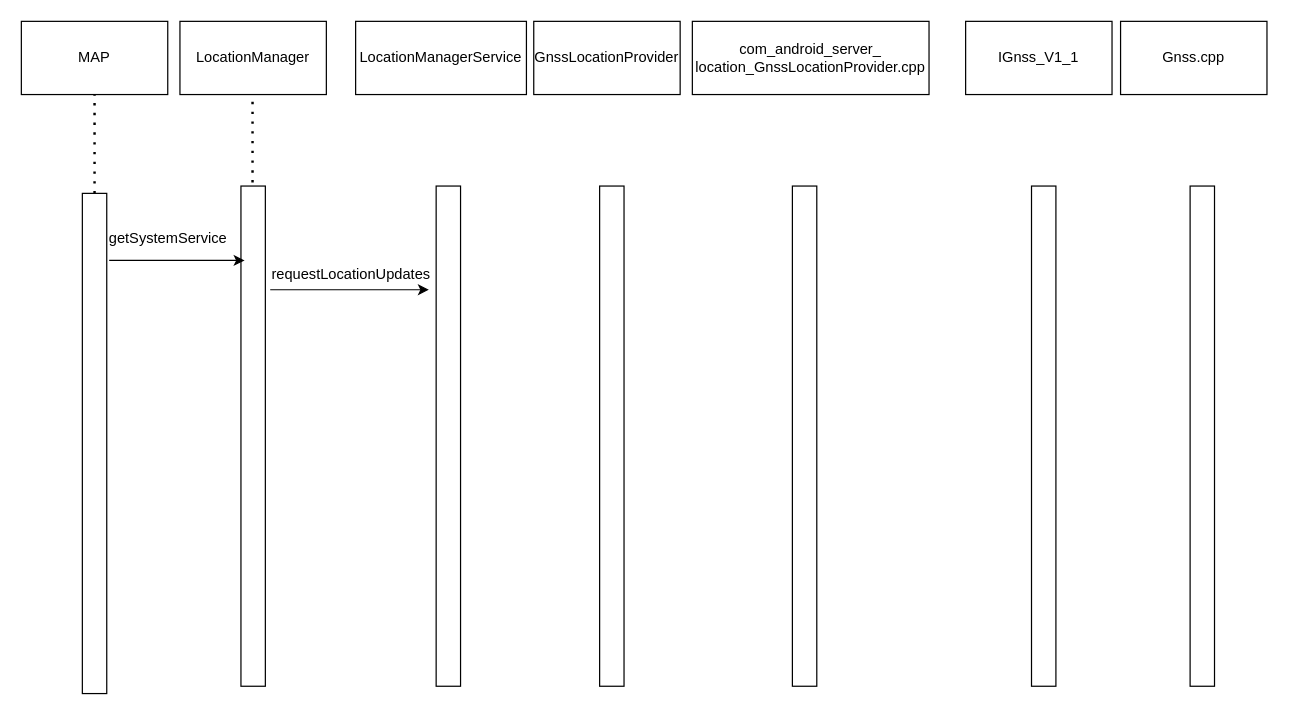
Before: gps启动流程.drawio in helenzhang2010/doc, a draw.io diagram. Source tidied: cells renumbered, new cells numbered last; positions are measured from the earlier drawing's top-left corner, leaving out a move shared by most shapes. Both pictures are drawn from the tidied source at 122%, with x=0, y=0 at pixel (21, 21).
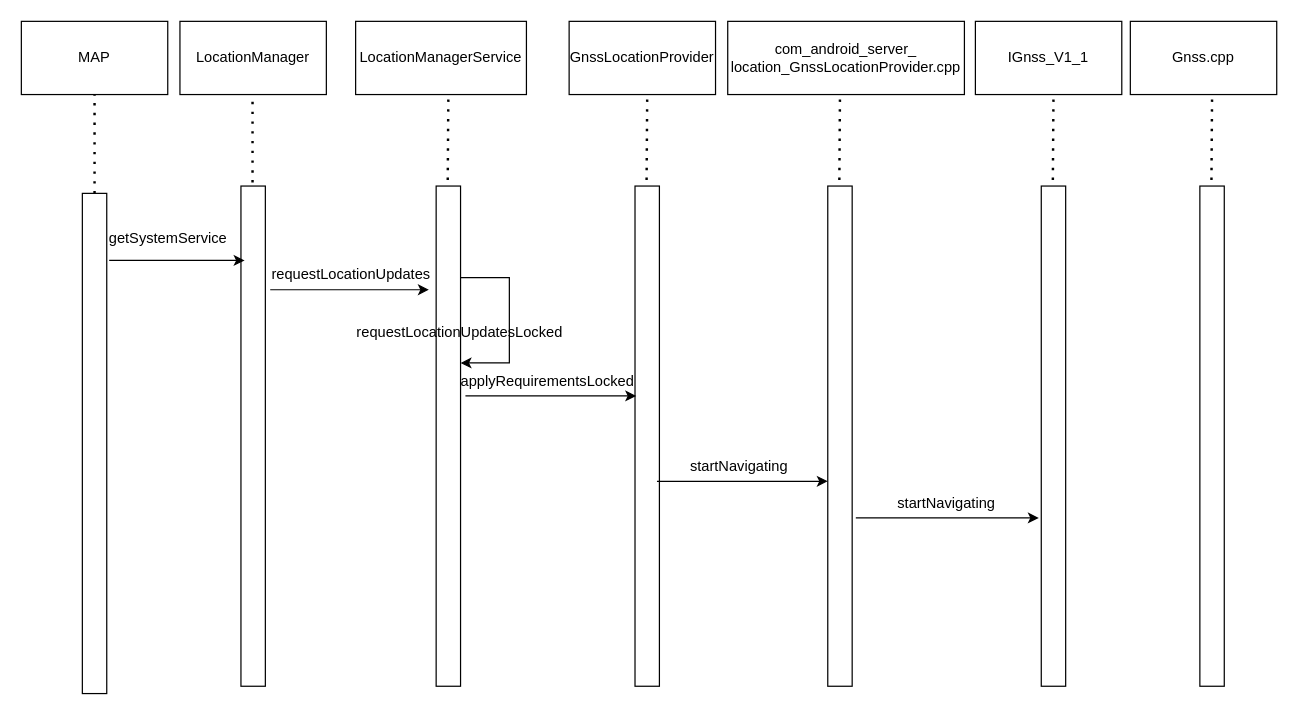
Above is the later version.

Commit message (it also covers changes not shown here):
更新gps启动流程.drawio

Change to the diagram source:
```diff
@@
     <mxCell id="5" value="GnssLocationProvider" style="rounded=0;whiteSpace=wrap;html=1;" parent="1" vertex="1">
-      <mxGeometry x="420" width="120" height="60" as="geometry" />
+      <mxGeometry x="449" width="120" height="60" as="geometry" />
     </mxCell>
     <mxCell id="6" value="&lt;span style=&quot;&quot;&gt;com_android_server_&lt;br&gt;location_GnssLocationProvider.cpp&lt;/span&gt;" style="rounded=0;whiteSpace=wrap;html=1;" parent="1" vertex="1">
-      <mxGeometry x="550" width="194" height="60" as="geometry" />
+      <mxGeometry x="579" width="194" height="60" as="geometry" />
     </mxCell>
     <mxCell id="7" value="IGnss_V1_1" style="rounded=0;whiteSpace=wrap;html=1;" parent="1" vertex="1">
-      <mxGeometry x="774" width="120" height="60" as="geometry" />
+      <mxGeometry x="782" width="120" height="60" as="geometry" />
     </mxCell>
     <mxCell id="8" value="Gnss.cpp" style="rounded=0;whiteSpace=wrap;html=1;" parent="1" vertex="1">
-      <mxGeometry x="901" width="120" height="60" as="geometry" />
+      <mxGeometry x="909" width="120" height="60" as="geometry" />
     </mxCell>
@@
     <mxCell id="16" style="rounded=0;whiteSpace=wrap;html=1;horizontal=0;" parent="1" vertex="1">
-      <mxGeometry x="474" y="135" width="20" height="410" as="geometry" />
+      <mxGeometry x="503" y="135" width="20" height="410" as="geometry" />
     </mxCell>
     <mxCell id="17" style="rounded=0;whiteSpace=wrap;html=1;horizontal=0;" parent="1" vertex="1">
-      <mxGeometry x="632" y="135" width="20" height="410" as="geometry" />
+      <mxGeometry x="661" y="135" width="20" height="410" as="geometry" />
     </mxCell>
     <mxCell id="18" style="rounded=0;whiteSpace=wrap;html=1;horizontal=0;" parent="1" vertex="1">
-      <mxGeometry x="828" y="135" width="20" height="410" as="geometry" />
+      <mxGeometry x="836" y="135" width="20" height="410" as="geometry" />
     </mxCell>
     <mxCell id="19" style="rounded=0;whiteSpace=wrap;html=1;horizontal=0;" parent="1" vertex="1">
-      <mxGeometry x="958" y="135" width="20" height="410" as="geometry" />
+      <mxGeometry x="966" y="135" width="20" height="410" as="geometry" />
     </mxCell>
@@
+    <mxCell id="22" value="requestLocationUpdatesLocked" style="text;html=1;align=center;verticalAlign=middle;fillColor=none;strokeColor=none;rounded=0;" parent="1" vertex="1">
+      <mxGeometry x="264" y="240" width="190" height="30" as="geometry" />
+    </mxCell>
+    <mxCell id="23" style="endArrow=classic;html=1;rounded=0;" parent="1" edge="1">
+      <mxGeometry relative="1" as="geometry">
+        <mxPoint x="360" y="210" as="sourcePoint" />
+        <mxPoint x="360" y="280" as="targetPoint" />
+        <Array as="points">
+          <mxPoint x="400" y="210" />
+          <mxPoint x="400" y="280" />
+        </Array>
+      </mxGeometry>
+    </mxCell>
+    <mxCell id="24" value="applyRequirementsLocked" style="text;html=1;align=center;verticalAlign=middle;fillColor=none;strokeColor=none;rounded=0;" parent="1" vertex="1">
+      <mxGeometry x="346" y="280" width="170" height="30" as="geometry" />
+    </mxCell>
+    <mxCell id="25" style="endArrow=classic;html=1;rounded=0;" parent="1" edge="1">
+      <mxGeometry relative="1" as="geometry">
+        <mxPoint x="364" y="307" as="sourcePoint" />
+        <mxPoint x="504" y="307" as="targetPoint" />
+      </mxGeometry>
+    </mxCell>
+    <mxCell id="26" value="startNavigating" style="text;html=1;align=center;verticalAlign=middle;fillColor=none;strokeColor=none;rounded=0;" parent="1" vertex="1">
+      <mxGeometry x="538" y="350" width="100" height="30" as="geometry" />
+    </mxCell>
+    <mxCell id="27" style="endArrow=classic;html=1;rounded=0;" parent="1" edge="1">
+      <mxGeometry relative="1" as="geometry">
+        <mxPoint x="521" y="377" as="sourcePoint" />
+        <mxPoint x="661" y="377" as="targetPoint" />
+      </mxGeometry>
+    </mxCell>
+    <mxCell id="28" value="startNavigating" style="text;html=1;align=center;verticalAlign=middle;fillColor=none;strokeColor=none;rounded=0;" parent="1" vertex="1">
+      <mxGeometry x="708" y="380" width="100" height="30" as="geometry" />
+    </mxCell>
+    <mxCell id="29" style="endArrow=classic;html=1;rounded=0;" parent="1" edge="1">
+      <mxGeometry relative="1" as="geometry">
+        <mxPoint x="684" y="407" as="sourcePoint" />
+        <mxPoint x="834" y="407" as="targetPoint" />
+      </mxGeometry>
+    </mxCell>
+    <mxCell id="30" style="endArrow=none;dashed=1;html=1;dashPattern=1 3;strokeWidth=2;rounded=0;exitX=0.5;exitY=0;exitDx=0;exitDy=0;exitPerimeter=0;" parent="1" edge="1">
+      <mxGeometry relative="1" as="geometry">
+        <mxPoint x="349.5" y="130" as="sourcePoint" />
+        <mxPoint x="350" y="60" as="targetPoint" />
+      </mxGeometry>
+    </mxCell>
+    <mxCell id="31" style="endArrow=none;dashed=1;html=1;dashPattern=1 3;strokeWidth=2;rounded=0;exitX=0.5;exitY=0;exitDx=0;exitDy=0;exitPerimeter=0;" parent="1" edge="1">
+      <mxGeometry relative="1" as="geometry">
+        <mxPoint x="512.5" y="130" as="sourcePoint" />
+        <mxPoint x="513" y="60" as="targetPoint" />
+      </mxGeometry>
+    </mxCell>
+    <mxCell id="32" style="endArrow=none;dashed=1;html=1;dashPattern=1 3;strokeWidth=2;rounded=0;exitX=0.5;exitY=0;exitDx=0;exitDy=0;exitPerimeter=0;" parent="1" edge="1">
+      <mxGeometry relative="1" as="geometry">
+        <mxPoint x="670.5" y="130" as="sourcePoint" />
+        <mxPoint x="671" y="60" as="targetPoint" />
+      </mxGeometry>
+    </mxCell>
+    <mxCell id="33" style="endArrow=none;dashed=1;html=1;dashPattern=1 3;strokeWidth=2;rounded=0;exitX=0.5;exitY=0;exitDx=0;exitDy=0;exitPerimeter=0;" parent="1" edge="1">
+      <mxGeometry relative="1" as="geometry">
+        <mxPoint x="845.5" y="130" as="sourcePoint" />
+        <mxPoint x="846" y="60" as="targetPoint" />
+      </mxGeometry>
+    </mxCell>
+    <mxCell id="34" style="endArrow=none;dashed=1;html=1;dashPattern=1 3;strokeWidth=2;rounded=0;exitX=0.5;exitY=0;exitDx=0;exitDy=0;exitPerimeter=0;" parent="1" edge="1">
+      <mxGeometry relative="1" as="geometry">
+        <mxPoint x="975.5" y="130" as="sourcePoint" />
+        <mxPoint x="976" y="60" as="targetPoint" />
+      </mxGeometry>
+    </mxCell>
```
